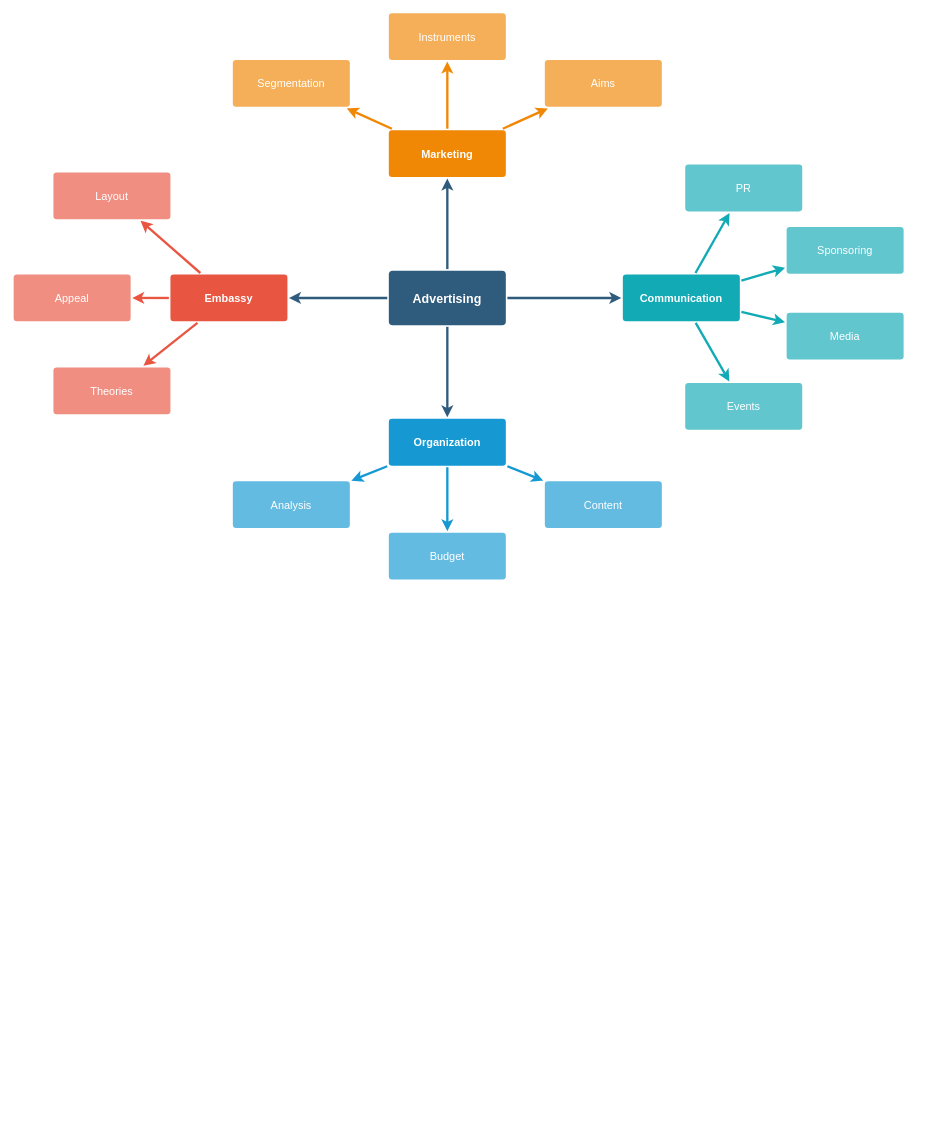
Before: AndroidDevRoadmap.drawio in azimutlabsmobile/AndroidAlabsCore, a draw.io diagram. Source tidied: cells renumbered, new cells numbered last; positions are measured from the earlier drawing's top-left corner, leaving out a move shared by most shapes. Both pictures are drawn from the tidied source at 78%, with x=0, y=0 at pixel (13, 12).
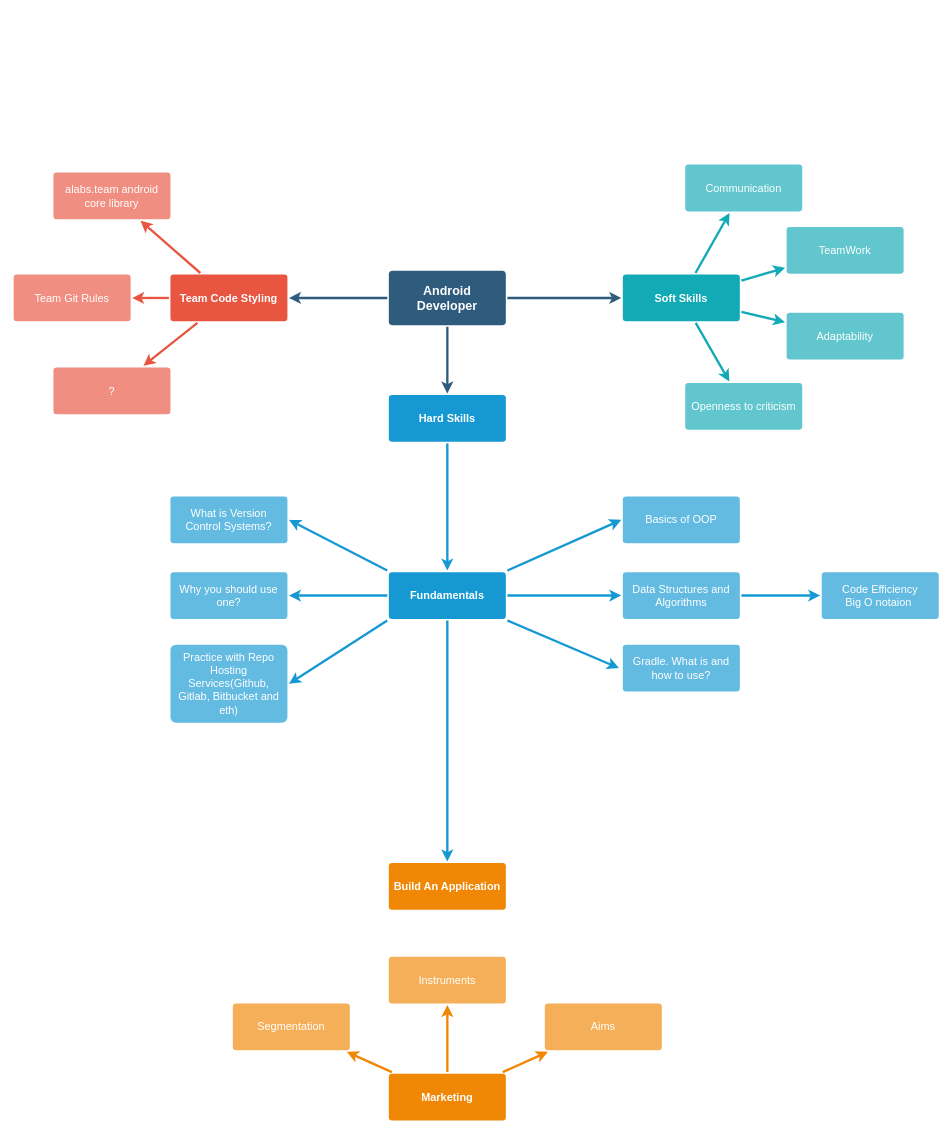
The same page after the edit.

Change to the diagram source:
```diff
@@
-    <mxCell id="2" style="edgeStyle=none;rounded=0;jumpStyle=none;html=1;shadow=0;labelBackgroundColor=none;startArrow=none;startFill=0;endArrow=classic;endFill=1;jettySize=auto;strokeColor=#2F5B7C;strokeWidth=3;fontFamily=Helvetica;fontSize=16;fontColor=#23445D;spacing=5;" parent="1" edge="1" source="6" target="21">
-      <mxGeometry relative="1" as="geometry" />
-    </mxCell>
@@
-    <mxCell id="6" value="Advertising" style="rounded=1;whiteSpace=wrap;html=1;shadow=0;labelBackgroundColor=none;strokeColor=none;strokeWidth=3;fillColor=#2F5B7C;fontFamily=Helvetica;fontSize=16;fontColor=#FFFFFF;align=center;fontStyle=1;spacing=5;arcSize=7;perimeterSpacing=2;" parent="1" vertex="1">
+    <mxCell id="6" value="Android Developer" style="rounded=1;whiteSpace=wrap;html=1;shadow=0;labelBackgroundColor=none;strokeColor=none;strokeWidth=3;fillColor=#2F5B7C;fontFamily=Helvetica;fontSize=16;fontColor=#FFFFFF;align=center;fontStyle=1;spacing=5;arcSize=7;perimeterSpacing=2;" parent="1" vertex="1">
       <mxGeometry x="481" y="330.5" width="150" height="70" as="geometry" />
     </mxCell>
@@
-    <mxCell id="10" value="Embassy" style="rounded=1;whiteSpace=wrap;html=1;shadow=0;labelBackgroundColor=none;strokeColor=none;strokeWidth=3;fillColor=#e85642;fontFamily=Helvetica;fontSize=14;fontColor=#FFFFFF;align=center;spacing=5;fontStyle=1;arcSize=7;perimeterSpacing=2;" parent="1" vertex="1">
+    <mxCell id="10" value="Team Code Styling" style="rounded=1;whiteSpace=wrap;html=1;shadow=0;labelBackgroundColor=none;strokeColor=none;strokeWidth=3;fillColor=#e85642;fontFamily=Helvetica;fontSize=14;fontColor=#FFFFFF;align=center;spacing=5;fontStyle=1;arcSize=7;perimeterSpacing=2;" parent="1" vertex="1">
       <mxGeometry x="201" y="335.5" width="150" height="60" as="geometry" />
     </mxCell>
-    <mxCell id="11" value="Theories" style="rounded=1;whiteSpace=wrap;html=1;shadow=0;labelBackgroundColor=none;strokeColor=none;strokeWidth=3;fillColor=#f08e81;fontFamily=Helvetica;fontSize=14;fontColor=#FFFFFF;align=center;spacing=5;fontStyle=0;arcSize=7;perimeterSpacing=2;" parent="1" vertex="1">
+    <mxCell id="11" value="?" style="rounded=1;whiteSpace=wrap;html=1;shadow=0;labelBackgroundColor=none;strokeColor=none;strokeWidth=3;fillColor=#f08e81;fontFamily=Helvetica;fontSize=14;fontColor=#FFFFFF;align=center;spacing=5;fontStyle=0;arcSize=7;perimeterSpacing=2;" parent="1" vertex="1">
       <mxGeometry x="51" y="454.5" width="150" height="60" as="geometry" />
     </mxCell>
-    <mxCell id="12" value="Appeal" style="rounded=1;whiteSpace=wrap;html=1;shadow=0;labelBackgroundColor=none;strokeColor=none;strokeWidth=3;fillColor=#f08e81;fontFamily=Helvetica;fontSize=14;fontColor=#FFFFFF;align=center;spacing=5;fontStyle=0;arcSize=7;perimeterSpacing=2;" parent="1" vertex="1">
+    <mxCell id="12" value="Team Git Rules" style="rounded=1;whiteSpace=wrap;html=1;shadow=0;labelBackgroundColor=none;strokeColor=none;strokeWidth=3;fillColor=#f08e81;fontFamily=Helvetica;fontSize=14;fontColor=#FFFFFF;align=center;spacing=5;fontStyle=0;arcSize=7;perimeterSpacing=2;" parent="1" vertex="1">
       <mxGeometry y="335.5" width="150" height="60" as="geometry" />
     </mxCell>
-    <mxCell id="13" value="Layout" style="rounded=1;whiteSpace=wrap;html=1;shadow=0;labelBackgroundColor=none;strokeColor=none;strokeWidth=3;fillColor=#f08e81;fontFamily=Helvetica;fontSize=14;fontColor=#FFFFFF;align=center;spacing=5;fontStyle=0;arcSize=7;perimeterSpacing=2;" parent="1" vertex="1">
+    <mxCell id="13" value="alabs.team android core library" style="rounded=1;whiteSpace=wrap;html=1;shadow=0;labelBackgroundColor=none;strokeColor=none;strokeWidth=3;fillColor=#f08e81;fontFamily=Helvetica;fontSize=14;fontColor=#FFFFFF;align=center;spacing=5;fontStyle=0;arcSize=7;perimeterSpacing=2;" parent="1" vertex="1">
       <mxGeometry x="51" y="204.5" width="150" height="60" as="geometry" />
     </mxCell>
-    <mxCell id="14" style="edgeStyle=none;rounded=0;jumpStyle=none;html=1;shadow=0;labelBackgroundColor=none;startArrow=none;startFill=0;endArrow=classic;endFill=1;jettySize=auto;strokeColor=#1699D3;strokeWidth=3;fontFamily=Helvetica;fontSize=14;fontColor=#FFFFFF;spacing=5;" parent="1" edge="1" source="17" target="20">
+    <mxCell id="14" style="edgeStyle=none;rounded=0;jumpStyle=none;html=1;shadow=0;labelBackgroundColor=none;startArrow=none;startFill=0;endArrow=classic;endFill=1;jettySize=auto;strokeColor=#1699D3;strokeWidth=3;fontFamily=Helvetica;fontSize=14;fontColor=#FFFFFF;spacing=5;exitX=0;exitY=0.5;exitDx=0;exitDy=0;" parent="1" edge="1" source="40" target="20">
       <mxGeometry relative="1" as="geometry" />
     </mxCell>
-    <mxCell id="15" style="edgeStyle=none;rounded=0;jumpStyle=none;html=1;shadow=0;labelBackgroundColor=none;startArrow=none;startFill=0;endArrow=classic;endFill=1;jettySize=auto;strokeColor=#1699D3;strokeWidth=3;fontFamily=Helvetica;fontSize=14;fontColor=#FFFFFF;spacing=5;" parent="1" edge="1" source="17" target="19">
+    <mxCell id="15" style="edgeStyle=none;rounded=0;jumpStyle=none;html=1;shadow=0;labelBackgroundColor=none;startArrow=none;startFill=0;endArrow=classic;endFill=1;jettySize=auto;strokeColor=#1699D3;strokeWidth=3;fontFamily=Helvetica;fontSize=14;fontColor=#FFFFFF;spacing=5;exitX=0.5;exitY=1;exitDx=0;exitDy=0;entryX=0.5;entryY=0;entryDx=0;entryDy=0;" parent="1" edge="1" source="17" target="40">
       <mxGeometry relative="1" as="geometry" />
     </mxCell>
-    <mxCell id="16" style="edgeStyle=none;rounded=0;jumpStyle=none;html=1;shadow=0;labelBackgroundColor=none;startArrow=none;startFill=0;endArrow=classic;endFill=1;jettySize=auto;strokeColor=#1699D3;strokeWidth=3;fontFamily=Helvetica;fontSize=14;fontColor=#FFFFFF;spacing=5;" parent="1" edge="1" source="17" target="18">
+    <mxCell id="16" style="edgeStyle=none;rounded=0;jumpStyle=none;html=1;shadow=0;labelBackgroundColor=none;startArrow=none;startFill=0;endArrow=classic;endFill=1;jettySize=auto;strokeColor=#1699D3;strokeWidth=3;fontFamily=Helvetica;fontSize=14;fontColor=#FFFFFF;spacing=5;exitX=1;exitY=0.5;exitDx=0;exitDy=0;" parent="1" edge="1" source="40" target="18">
       <mxGeometry relative="1" as="geometry" />
     </mxCell>
-    <mxCell id="17" value="Organization" style="rounded=1;whiteSpace=wrap;html=1;shadow=0;labelBackgroundColor=none;strokeColor=none;strokeWidth=3;fillColor=#1699d3;fontFamily=Helvetica;fontSize=14;fontColor=#FFFFFF;align=center;spacing=5;fontStyle=1;arcSize=7;perimeterSpacing=2;" parent="1" vertex="1">
-      <mxGeometry x="481" y="520.5" width="150" height="60" as="geometry" />
+    <mxCell id="17" value="Hard Skills" style="rounded=1;whiteSpace=wrap;html=1;shadow=0;labelBackgroundColor=none;strokeColor=none;strokeWidth=3;fillColor=#1699d3;fontFamily=Helvetica;fontSize=14;fontColor=#FFFFFF;align=center;spacing=5;fontStyle=1;arcSize=7;perimeterSpacing=2;" parent="1" vertex="1">
+      <mxGeometry x="481" y="490" width="150" height="60" as="geometry" />
     </mxCell>
-    <mxCell id="18" value="Content" style="rounded=1;whiteSpace=wrap;html=1;shadow=0;labelBackgroundColor=none;strokeColor=none;strokeWidth=3;fillColor=#64bbe2;fontFamily=Helvetica;fontSize=14;fontColor=#FFFFFF;align=center;spacing=5;arcSize=7;perimeterSpacing=2;" parent="1" vertex="1">
-      <mxGeometry x="681" y="600.5" width="150" height="60" as="geometry" />
+    <mxCell id="18" value="Data Structures and Algorithms" style="rounded=1;whiteSpace=wrap;html=1;shadow=0;labelBackgroundColor=none;strokeColor=none;strokeWidth=3;fillColor=#64bbe2;fontFamily=Helvetica;fontSize=14;fontColor=#FFFFFF;align=center;spacing=5;arcSize=7;perimeterSpacing=2;" parent="1" vertex="1">
+      <mxGeometry x="781" y="717" width="150" height="60" as="geometry" />
     </mxCell>
-    <mxCell id="19" value="Budget" style="rounded=1;whiteSpace=wrap;html=1;shadow=0;labelBackgroundColor=none;strokeColor=none;strokeWidth=3;fillColor=#64bbe2;fontFamily=Helvetica;fontSize=14;fontColor=#FFFFFF;align=center;spacing=5;arcSize=7;perimeterSpacing=2;" parent="1" vertex="1">
-      <mxGeometry x="481" y="666.5" width="150" height="60" as="geometry" />
-    </mxCell>
-    <mxCell id="20" value="Analysis" style="rounded=1;whiteSpace=wrap;html=1;shadow=0;labelBackgroundColor=none;strokeColor=none;strokeWidth=3;fillColor=#64bbe2;fontFamily=Helvetica;fontSize=14;fontColor=#FFFFFF;align=center;spacing=5;arcSize=7;perimeterSpacing=2;" parent="1" vertex="1">
-      <mxGeometry x="281" y="600.5" width="150" height="60" as="geometry" />
+    <mxCell id="20" value="Why you should use one?" style="rounded=1;whiteSpace=wrap;html=1;shadow=0;labelBackgroundColor=none;strokeColor=none;strokeWidth=3;fillColor=#64bbe2;fontFamily=Helvetica;fontSize=14;fontColor=#FFFFFF;align=center;spacing=5;arcSize=7;perimeterSpacing=2;" parent="1" vertex="1">
+      <mxGeometry x="201" y="717" width="150" height="60" as="geometry" />
     </mxCell>
-    <mxCell id="21" value="Marketing" style="rounded=1;whiteSpace=wrap;html=1;shadow=0;labelBackgroundColor=none;strokeColor=none;strokeWidth=3;fillColor=#F08705;fontFamily=Helvetica;fontSize=14;fontColor=#FFFFFF;align=center;spacing=5;fontStyle=1;arcSize=7;perimeterSpacing=2;" parent="1" vertex="1">
-      <mxGeometry x="481" y="150.5" width="150" height="60" as="geometry" />
-    </mxCell>
-    <mxCell id="22" value="Aims&lt;br&gt;" style="rounded=1;whiteSpace=wrap;html=1;shadow=0;labelBackgroundColor=none;strokeColor=none;strokeWidth=3;fillColor=#f5af58;fontFamily=Helvetica;fontSize=14;fontColor=#FFFFFF;align=center;spacing=5;arcSize=7;perimeterSpacing=2;" parent="1" vertex="1">
-      <mxGeometry x="681" y="60.5" width="150" height="60" as="geometry" />
-    </mxCell>
-    <mxCell id="23" style="edgeStyle=none;rounded=0;jumpStyle=none;html=1;shadow=0;labelBackgroundColor=none;startArrow=none;startFill=0;endArrow=classic;endFill=1;jettySize=auto;strokeColor=#F08705;strokeWidth=3;fontFamily=Helvetica;fontSize=14;fontColor=#FFFFFF;spacing=5;" parent="1" edge="1" source="21" target="22">
-      <mxGeometry relative="1" as="geometry" />
-    </mxCell>
-    <mxCell id="24" value="Instruments" style="rounded=1;whiteSpace=wrap;html=1;shadow=0;labelBackgroundColor=none;strokeColor=none;strokeWidth=3;fillColor=#f5af58;fontFamily=Helvetica;fontSize=14;fontColor=#FFFFFF;align=center;spacing=5;arcSize=7;perimeterSpacing=2;" parent="1" vertex="1">
-      <mxGeometry x="481" y="0.5" width="150" height="60" as="geometry" />
-    </mxCell>
-    <mxCell id="25" style="edgeStyle=none;rounded=0;jumpStyle=none;html=1;shadow=0;labelBackgroundColor=none;startArrow=none;startFill=0;endArrow=classic;endFill=1;jettySize=auto;strokeColor=#F08705;strokeWidth=3;fontFamily=Helvetica;fontSize=14;fontColor=#FFFFFF;spacing=5;" parent="1" edge="1" source="21" target="24">
-      <mxGeometry relative="1" as="geometry" />
-    </mxCell>
-    <mxCell id="26" value="Segmentation" style="rounded=1;whiteSpace=wrap;html=1;shadow=0;labelBackgroundColor=none;strokeColor=none;strokeWidth=3;fillColor=#f5af58;fontFamily=Helvetica;fontSize=14;fontColor=#FFFFFF;align=center;spacing=5;arcSize=7;perimeterSpacing=2;" parent="1" vertex="1">
-      <mxGeometry x="281" y="60.5" width="150" height="60" as="geometry" />
-    </mxCell>
-    <mxCell id="27" style="edgeStyle=none;rounded=0;jumpStyle=none;html=1;shadow=0;labelBackgroundColor=none;startArrow=none;startFill=0;endArrow=classic;endFill=1;jettySize=auto;strokeColor=#F08705;strokeWidth=3;fontFamily=Helvetica;fontSize=14;fontColor=#FFFFFF;spacing=5;" parent="1" edge="1" source="21" target="26">
-      <mxGeometry relative="1" as="geometry" />
-    </mxCell>
-    <mxCell id="28" value="Communication" style="rounded=1;whiteSpace=wrap;html=1;shadow=0;labelBackgroundColor=none;strokeColor=none;strokeWidth=3;fillColor=#12aab5;fontFamily=Helvetica;fontSize=14;fontColor=#FFFFFF;align=center;spacing=5;fontStyle=1;arcSize=7;perimeterSpacing=2;" parent="1" vertex="1">
+    <mxCell id="28" value="Soft Skills" style="rounded=1;whiteSpace=wrap;html=1;shadow=0;labelBackgroundColor=none;strokeColor=none;strokeWidth=3;fillColor=#12aab5;fontFamily=Helvetica;fontSize=14;fontColor=#FFFFFF;align=center;spacing=5;fontStyle=1;arcSize=7;perimeterSpacing=2;" parent="1" vertex="1">
       <mxGeometry x="781" y="335.5" width="150" height="60" as="geometry" />
     </mxCell>
-    <mxCell id="29" value="Events" style="rounded=1;whiteSpace=wrap;html=1;shadow=0;labelBackgroundColor=none;strokeColor=none;strokeWidth=3;fillColor=#61c6ce;fontFamily=Helvetica;fontSize=14;fontColor=#FFFFFF;align=center;spacing=5;fontStyle=0;arcSize=7;perimeterSpacing=2;" parent="1" vertex="1">
+    <mxCell id="29" value="Openness to criticism" style="rounded=1;whiteSpace=wrap;html=1;shadow=0;labelBackgroundColor=none;strokeColor=none;strokeWidth=3;fillColor=#61c6ce;fontFamily=Helvetica;fontSize=14;fontColor=#FFFFFF;align=center;spacing=5;fontStyle=0;arcSize=7;perimeterSpacing=2;" parent="1" vertex="1">
       <mxGeometry x="861" y="474.5" width="150" height="60" as="geometry" />
     </mxCell>
@@
-    <mxCell id="31" value="Media" style="rounded=1;whiteSpace=wrap;html=1;shadow=0;labelBackgroundColor=none;strokeColor=none;strokeWidth=3;fillColor=#61c6ce;fontFamily=Helvetica;fontSize=14;fontColor=#FFFFFF;align=center;spacing=5;fontStyle=0;arcSize=7;perimeterSpacing=2;" parent="1" vertex="1">
+    <mxCell id="31" value="Adaptability" style="rounded=1;whiteSpace=wrap;html=1;shadow=0;labelBackgroundColor=none;strokeColor=none;strokeWidth=3;fillColor=#61c6ce;fontFamily=Helvetica;fontSize=14;fontColor=#FFFFFF;align=center;spacing=5;fontStyle=0;arcSize=7;perimeterSpacing=2;" parent="1" vertex="1">
       <mxGeometry x="991" y="384.5" width="150" height="60" as="geometry" />
     </mxCell>
@@
-    <mxCell id="33" value="Sponsoring" style="rounded=1;whiteSpace=wrap;html=1;shadow=0;labelBackgroundColor=none;strokeColor=none;strokeWidth=3;fillColor=#61c6ce;fontFamily=Helvetica;fontSize=14;fontColor=#FFFFFF;align=center;spacing=5;fontStyle=0;arcSize=7;perimeterSpacing=2;" parent="1" vertex="1">
+    <mxCell id="33" value="TeamWork" style="rounded=1;whiteSpace=wrap;html=1;shadow=0;labelBackgroundColor=none;strokeColor=none;strokeWidth=3;fillColor=#61c6ce;fontFamily=Helvetica;fontSize=14;fontColor=#FFFFFF;align=center;spacing=5;fontStyle=0;arcSize=7;perimeterSpacing=2;" parent="1" vertex="1">
       <mxGeometry x="991" y="274.5" width="150" height="60" as="geometry" />
     </mxCell>
@@
-    <mxCell id="35" value="PR" style="rounded=1;whiteSpace=wrap;html=1;shadow=0;labelBackgroundColor=none;strokeColor=none;strokeWidth=3;fillColor=#61c6ce;fontFamily=Helvetica;fontSize=14;fontColor=#FFFFFF;align=center;spacing=5;fontStyle=0;arcSize=7;perimeterSpacing=2;" parent="1" vertex="1">
+    <mxCell id="35" value="Communication" style="rounded=1;whiteSpace=wrap;html=1;shadow=0;labelBackgroundColor=none;strokeColor=none;strokeWidth=3;fillColor=#61c6ce;fontFamily=Helvetica;fontSize=14;fontColor=#FFFFFF;align=center;spacing=5;fontStyle=0;arcSize=7;perimeterSpacing=2;" parent="1" vertex="1">
       <mxGeometry x="861" y="194.5" width="150" height="60" as="geometry" />
     </mxCell>
@@
+    <mxCell id="37" style="edgeStyle=none;rounded=0;jumpStyle=none;html=1;shadow=0;labelBackgroundColor=none;startArrow=none;startFill=0;endArrow=classic;endFill=1;jettySize=auto;strokeColor=#1699D3;strokeWidth=3;fontFamily=Helvetica;fontSize=14;fontColor=#FFFFFF;spacing=5;exitX=1;exitY=0;exitDx=0;exitDy=0;entryX=0;entryY=0.5;entryDx=0;entryDy=0;" parent="1" edge="1" source="40" target="38">
+      <mxGeometry relative="1" as="geometry" />
+    </mxCell>
+    <mxCell id="38" value="Basics of OOP" style="rounded=1;whiteSpace=wrap;html=1;shadow=0;labelBackgroundColor=none;strokeColor=none;strokeWidth=3;fillColor=#64bbe2;fontFamily=Helvetica;fontSize=14;fontColor=#FFFFFF;align=center;spacing=5;arcSize=7;perimeterSpacing=2;" parent="1" vertex="1">
+      <mxGeometry x="781" y="620" width="150" height="60" as="geometry" />
+    </mxCell>
+    <mxCell id="39" value="Gradle. What is and how to use?" style="rounded=1;whiteSpace=wrap;html=1;shadow=0;labelBackgroundColor=none;strokeColor=none;strokeWidth=3;fillColor=#64bbe2;fontFamily=Helvetica;fontSize=14;fontColor=#FFFFFF;align=center;spacing=5;arcSize=7;perimeterSpacing=2;" parent="1" vertex="1">
+      <mxGeometry x="781" y="810" width="150" height="60" as="geometry" />
+    </mxCell>
+    <mxCell id="40" value="Fundamentals" style="rounded=1;whiteSpace=wrap;html=1;shadow=0;labelBackgroundColor=none;strokeColor=none;strokeWidth=3;fillColor=#1699d3;fontFamily=Helvetica;fontSize=14;fontColor=#FFFFFF;align=center;spacing=5;fontStyle=1;arcSize=7;perimeterSpacing=2;" parent="1" vertex="1">
+      <mxGeometry x="481" y="717" width="150" height="60" as="geometry" />
+    </mxCell>
+    <mxCell id="41" style="edgeStyle=none;rounded=0;jumpStyle=none;html=1;shadow=0;labelBackgroundColor=none;startArrow=none;startFill=0;endArrow=classic;endFill=1;jettySize=auto;strokeColor=#1699D3;strokeWidth=3;fontFamily=Helvetica;fontSize=14;fontColor=#FFFFFF;spacing=5;exitX=1;exitY=1;exitDx=0;exitDy=0;" parent="1" edge="1" source="40">
+      <mxGeometry relative="1" as="geometry">
+        <mxPoint x="776" y="840" as="targetPoint" />
+      </mxGeometry>
+    </mxCell>
+    <mxCell id="42" value="What is Version Control Systems?" style="rounded=1;whiteSpace=wrap;html=1;shadow=0;labelBackgroundColor=none;strokeColor=none;strokeWidth=3;fillColor=#64bbe2;fontFamily=Helvetica;fontSize=14;fontColor=#FFFFFF;align=center;spacing=5;arcSize=7;perimeterSpacing=2;" parent="1" vertex="1">
+      <mxGeometry x="201" y="620" width="150" height="60" as="geometry" />
+    </mxCell>
+    <mxCell id="43" value="Practice with Repo Hosting Services(Github, Gitlab, Bitbucket and eth)" style="rounded=1;whiteSpace=wrap;html=1;shadow=0;labelBackgroundColor=none;strokeColor=none;strokeWidth=3;fillColor=#64bbe2;fontFamily=Helvetica;fontSize=14;fontColor=#FFFFFF;align=center;spacing=5;arcSize=7;perimeterSpacing=2;" parent="1" vertex="1">
+      <mxGeometry x="201" y="810" width="150" height="100" as="geometry" />
+    </mxCell>
+    <mxCell id="44" style="edgeStyle=none;rounded=0;jumpStyle=none;html=1;shadow=0;labelBackgroundColor=none;startArrow=none;startFill=0;endArrow=classic;endFill=1;jettySize=auto;strokeColor=#1699D3;strokeWidth=3;fontFamily=Helvetica;fontSize=14;fontColor=#FFFFFF;spacing=5;exitX=0;exitY=0;exitDx=0;exitDy=0;entryX=1;entryY=0.5;entryDx=0;entryDy=0;" parent="1" edge="1" source="40" target="42">
+      <mxGeometry relative="1" as="geometry" />
+    </mxCell>
+    <mxCell id="45" style="edgeStyle=none;rounded=0;jumpStyle=none;html=1;shadow=0;labelBackgroundColor=none;startArrow=none;startFill=0;endArrow=classic;endFill=1;jettySize=auto;strokeColor=#1699D3;strokeWidth=3;fontFamily=Helvetica;fontSize=14;fontColor=#FFFFFF;spacing=5;entryX=1;entryY=0.5;entryDx=0;entryDy=0;exitX=0;exitY=1;exitDx=0;exitDy=0;" parent="1" edge="1" source="40" target="43">
+      <mxGeometry relative="1" as="geometry" />
+    </mxCell>
+    <mxCell id="46" value="Build An Application" style="rounded=1;whiteSpace=wrap;html=1;shadow=0;labelBackgroundColor=none;strokeColor=none;strokeWidth=3;fillColor=#F08705;fontFamily=Helvetica;fontSize=14;fontColor=#FFFFFF;align=center;spacing=5;fontStyle=1;arcSize=7;perimeterSpacing=2;" parent="1" vertex="1">
+      <mxGeometry x="481" y="1090" width="150" height="60" as="geometry" />
+    </mxCell>
+    <mxCell id="47" style="edgeStyle=none;rounded=0;jumpStyle=none;html=1;shadow=0;labelBackgroundColor=none;startArrow=none;startFill=0;endArrow=classic;endFill=1;jettySize=auto;strokeColor=#1699D3;strokeWidth=3;fontFamily=Helvetica;fontSize=14;fontColor=#FFFFFF;spacing=5;exitX=0.5;exitY=1;exitDx=0;exitDy=0;entryX=0.5;entryY=0;entryDx=0;entryDy=0;" parent="1" edge="1" source="40" target="46">
+      <mxGeometry relative="1" as="geometry" />
+    </mxCell>
+    <mxCell id="21" value="Marketing" style="rounded=1;whiteSpace=wrap;html=1;shadow=0;labelBackgroundColor=none;strokeColor=none;strokeWidth=3;fillColor=#F08705;fontFamily=Helvetica;fontSize=14;fontColor=#FFFFFF;align=center;spacing=5;fontStyle=1;arcSize=7;perimeterSpacing=2;" parent="1" vertex="1">
+      <mxGeometry x="481" y="1360" width="150" height="60" as="geometry" />
+    </mxCell>
+    <mxCell id="22" value="Aims&lt;br&gt;" style="rounded=1;whiteSpace=wrap;html=1;shadow=0;labelBackgroundColor=none;strokeColor=none;strokeWidth=3;fillColor=#f5af58;fontFamily=Helvetica;fontSize=14;fontColor=#FFFFFF;align=center;spacing=5;arcSize=7;perimeterSpacing=2;" parent="1" vertex="1">
+      <mxGeometry x="681" y="1270" width="150" height="60" as="geometry" />
+    </mxCell>
+    <mxCell id="23" style="edgeStyle=none;rounded=0;jumpStyle=none;html=1;shadow=0;labelBackgroundColor=none;startArrow=none;startFill=0;endArrow=classic;endFill=1;jettySize=auto;strokeColor=#F08705;strokeWidth=3;fontFamily=Helvetica;fontSize=14;fontColor=#FFFFFF;spacing=5;" parent="1" edge="1" source="21" target="22">
+      <mxGeometry relative="1" as="geometry" />
+    </mxCell>
+    <mxCell id="24" value="Instruments" style="rounded=1;whiteSpace=wrap;html=1;shadow=0;labelBackgroundColor=none;strokeColor=none;strokeWidth=3;fillColor=#f5af58;fontFamily=Helvetica;fontSize=14;fontColor=#FFFFFF;align=center;spacing=5;arcSize=7;perimeterSpacing=2;" parent="1" vertex="1">
+      <mxGeometry x="481" y="1210" width="150" height="60" as="geometry" />
+    </mxCell>
+    <mxCell id="25" style="edgeStyle=none;rounded=0;jumpStyle=none;html=1;shadow=0;labelBackgroundColor=none;startArrow=none;startFill=0;endArrow=classic;endFill=1;jettySize=auto;strokeColor=#F08705;strokeWidth=3;fontFamily=Helvetica;fontSize=14;fontColor=#FFFFFF;spacing=5;" parent="1" edge="1" source="21" target="24">
+      <mxGeometry relative="1" as="geometry" />
+    </mxCell>
+    <mxCell id="26" value="Segmentation" style="rounded=1;whiteSpace=wrap;html=1;shadow=0;labelBackgroundColor=none;strokeColor=none;strokeWidth=3;fillColor=#f5af58;fontFamily=Helvetica;fontSize=14;fontColor=#FFFFFF;align=center;spacing=5;arcSize=7;perimeterSpacing=2;" parent="1" vertex="1">
+      <mxGeometry x="281" y="1270" width="150" height="60" as="geometry" />
+    </mxCell>
+    <mxCell id="27" style="edgeStyle=none;rounded=0;jumpStyle=none;html=1;shadow=0;labelBackgroundColor=none;startArrow=none;startFill=0;endArrow=classic;endFill=1;jettySize=auto;strokeColor=#F08705;strokeWidth=3;fontFamily=Helvetica;fontSize=14;fontColor=#FFFFFF;spacing=5;" parent="1" edge="1" source="21" target="26">
+      <mxGeometry relative="1" as="geometry" />
+    </mxCell>
+    <mxCell id="48" value="Code Efficiency&lt;br&gt;Big O notaion&amp;nbsp;" style="rounded=1;whiteSpace=wrap;html=1;shadow=0;labelBackgroundColor=none;strokeColor=none;strokeWidth=3;fillColor=#64bbe2;fontFamily=Helvetica;fontSize=14;fontColor=#FFFFFF;align=center;spacing=5;arcSize=7;perimeterSpacing=2;" parent="1" vertex="1">
+      <mxGeometry x="1036" y="717" width="150" height="60" as="geometry" />
+    </mxCell>
+    <mxCell id="49" style="edgeStyle=none;rounded=0;jumpStyle=none;html=1;shadow=0;labelBackgroundColor=none;startArrow=none;startFill=0;endArrow=classic;endFill=1;jettySize=auto;strokeColor=#1699D3;strokeWidth=3;fontFamily=Helvetica;fontSize=14;fontColor=#FFFFFF;spacing=5;exitX=1;exitY=0.5;exitDx=0;exitDy=0;entryX=0;entryY=0.5;entryDx=0;entryDy=0;" parent="1" edge="1" source="18" target="48">
+      <mxGeometry relative="1" as="geometry" />
+    </mxCell>
```
